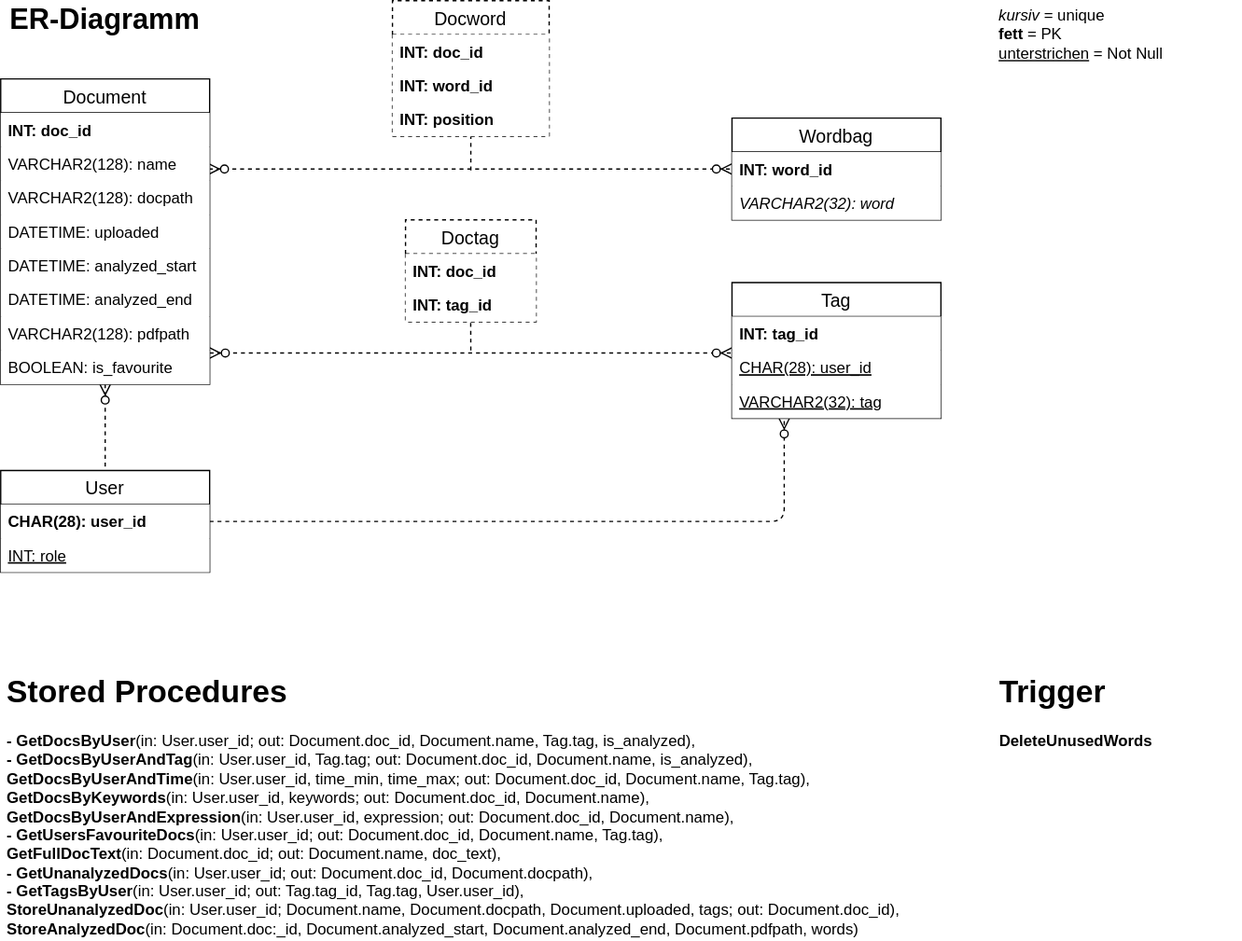
doc-ver/Doku keeps this draw.io diagram as docs/Overview/resources/Diagramme/doc-ver_Diagramme-ER-Diagramm.svg. Above is the earlier version. Source tidied: cells renumbered, new cells last; positions are measured from the earlier drawing's top-left corner, leaving out a move shared by most shapes.
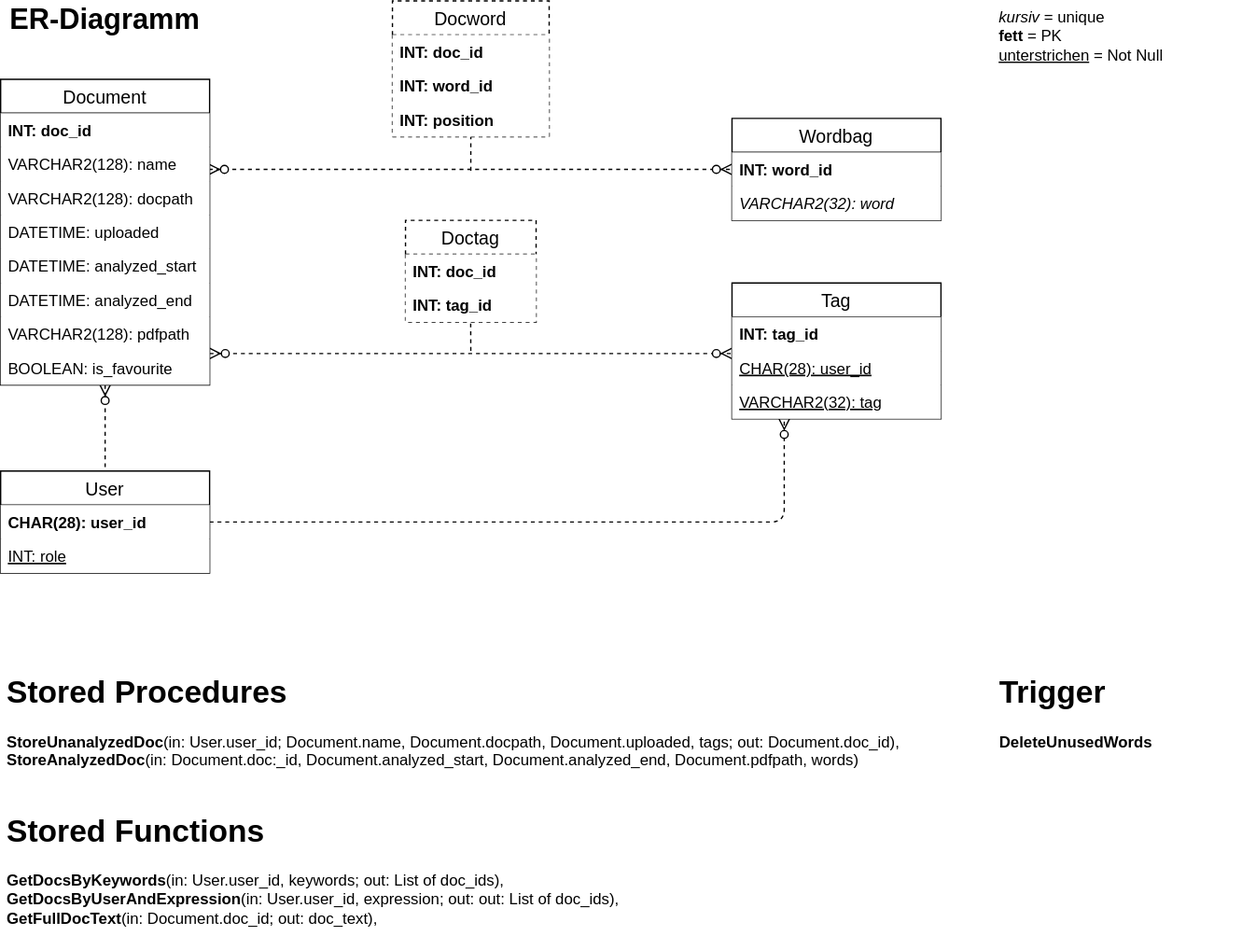
Above is the later version.

The edit, as a diff of the source:
```diff
@@ -29,8 +29,8 @@
     <mxCell id="8" style="fontSize=12;html=1;endArrow=none;endFill=0;startArrow=ERzeroToMany;exitX=0.5;exitY=1;exitDx=0;exitDy=0;dashed=1;entryX=0.5;entryY=0;entryDx=0;entryDy=0;" parent="1" edge="1" source="12" target="28">
       <mxGeometry relative="1" as="geometry" />
     </mxCell>
-    <mxCell id="9" value="&lt;h1&gt;Stored Procedures&lt;br&gt;&lt;/h1&gt;&lt;p&gt;&lt;b&gt;- GetDocsByUser&lt;/b&gt;(in: User.user_id; out: Document.doc_id, Document.name, Tag.tag, is_analyzed),&lt;b&gt;&lt;br&gt;- GetDocsByUserAndTag&lt;/b&gt;(in: User.user_id, Tag.tag; out: Document.doc_id, Document.name, is_analyzed),&lt;br&gt;&lt;b&gt;GetDocsByUserAndTime&lt;/b&gt;(in: User.user_id, time_min, time_max; out: Document.doc_id, Document.name, Tag.tag),&lt;b&gt;&lt;br&gt;GetDocsByKeywords&lt;/b&gt;(in: User.user_id, keywords; out: Document.doc_id, Document.name),&lt;b&gt;&lt;br&gt;GetDocsByUserAndExpression&lt;/b&gt;(in: User.user_id, expression; out: Document.doc_id, Document.name),&lt;b&gt;&lt;br&gt;- GetUsersFavouriteDocs&lt;/b&gt;(in: User.user_id; out: Document.doc_id, Document.name, Tag.tag),&lt;br&gt;&lt;b&gt;GetFullDocText&lt;/b&gt;(in: Document.doc_id; out: Document.name, doc_text),&lt;br&gt;&lt;b&gt;- GetUnanalyzedDocs&lt;/b&gt;(in: User.user_id; out: Document.doc_id, Document.docpath),&lt;b&gt;&lt;br&gt;- GetTagsByUser&lt;/b&gt;(in: User.user_id; out: Tag.tag_id, Tag.tag, User.user_id),&lt;b&gt;&lt;b&gt;&lt;br&gt;&lt;/b&gt;StoreUnanalyzedDoc&lt;/b&gt;(in: User.user_id; Document.name, Document.docpath, Document.uploaded, tags; out: Document.doc_id),&lt;br&gt;&lt;b&gt;StoreAnalyzedDoc&lt;/b&gt;(in: Document.doc:_id, Document.analyzed_start, Document.analyzed_end, Document.pdfpath, words)&lt;br&gt;&lt;/p&gt;" style="text;html=1;strokeColor=none;fillColor=none;spacing=5;spacingTop=-20;whiteSpace=wrap;overflow=hidden;rounded=0;" parent="1" vertex="1">
-      <mxGeometry y="510" width="710" height="210" as="geometry" />
+    <mxCell id="9" value="&lt;h1&gt;Stored Procedures&lt;/h1&gt;&lt;p&gt;&lt;b&gt;StoreUnanalyzedDoc&lt;/b&gt;(in: User.user_id; Document.name, Document.docpath, Document.uploaded, tags; out: Document.doc_id),&lt;br&gt;&lt;b&gt;StoreAnalyzedDoc&lt;/b&gt;(in: Document.doc:_id, Document.analyzed_start, Document.analyzed_end, Document.pdfpath, words)&lt;br&gt;&lt;/p&gt;" style="text;html=1;strokeColor=none;fillColor=none;spacing=5;spacingTop=-20;whiteSpace=wrap;overflow=hidden;rounded=0;" parent="1" vertex="1">
+      <mxGeometry y="510" width="710" height="106" as="geometry" />
     </mxCell>
     <mxCell id="10" style="fontSize=12;html=1;endArrow=ERzeroToMany;endFill=1;startArrow=none;exitX=1;exitY=0.5;exitDx=0;exitDy=0;dashed=1;entryX=0.25;entryY=1;entryDx=0;entryDy=0;startFill=0;" parent="1" edge="1" source="28" target="34">
       <mxGeometry relative="1" as="geometry">
@@ -120,5 +120,8 @@
     <mxCell id="37" value="VARCHAR2(32): tag" style="text;strokeColor=none;fillColor=#ffffff;spacingLeft=4;spacingRight=4;overflow=hidden;fontSize=12;fontStyle=4;" parent="34" vertex="1">
       <mxGeometry y="78" width="160" height="26" as="geometry" />
     </mxCell>
+    <mxCell id="38" value="&lt;h1&gt;Stored Functions&lt;/h1&gt;&lt;p&gt;&lt;b&gt;GetDocsByKeywords&lt;/b&gt;(in: User.user_id, keywords; out: List of doc_ids),&lt;b&gt;&lt;br&gt;GetDocsByUserAndExpression&lt;/b&gt;(in: User.user_id, expression; out: out: List of doc_ids),&lt;br&gt;&lt;b&gt;GetFullDocText&lt;/b&gt;(in: Document.doc_id; out: doc_text),&lt;br&gt;&lt;br&gt;&lt;/p&gt;" style="text;html=1;strokeColor=none;fillColor=none;spacing=5;spacingTop=-20;whiteSpace=wrap;overflow=hidden;rounded=0;" parent="1" vertex="1">
+      <mxGeometry y="616" width="710" height="110" as="geometry" />
+    </mxCell>
   </root>
 </mxGraphModel>
```
